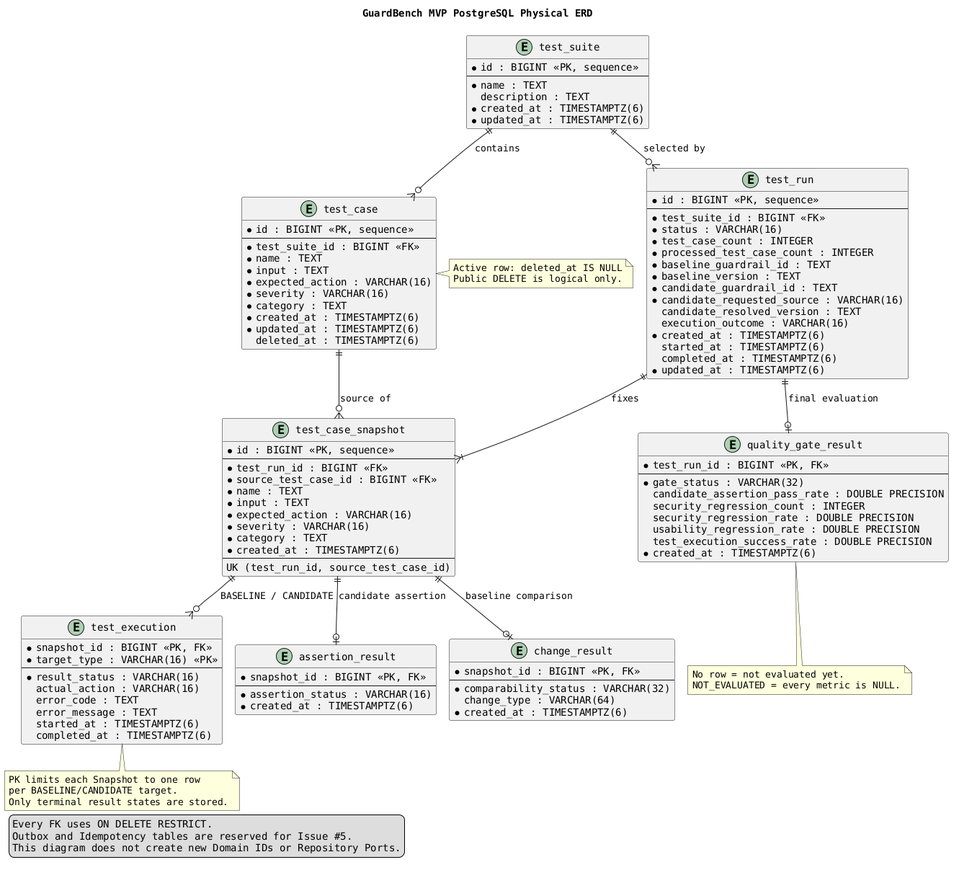
GuardBench/guardbench-backend keeps this PlantUML diagram as docs/diagrams/guardbench-mvp-physical-erd.png. Above is the earlier version.
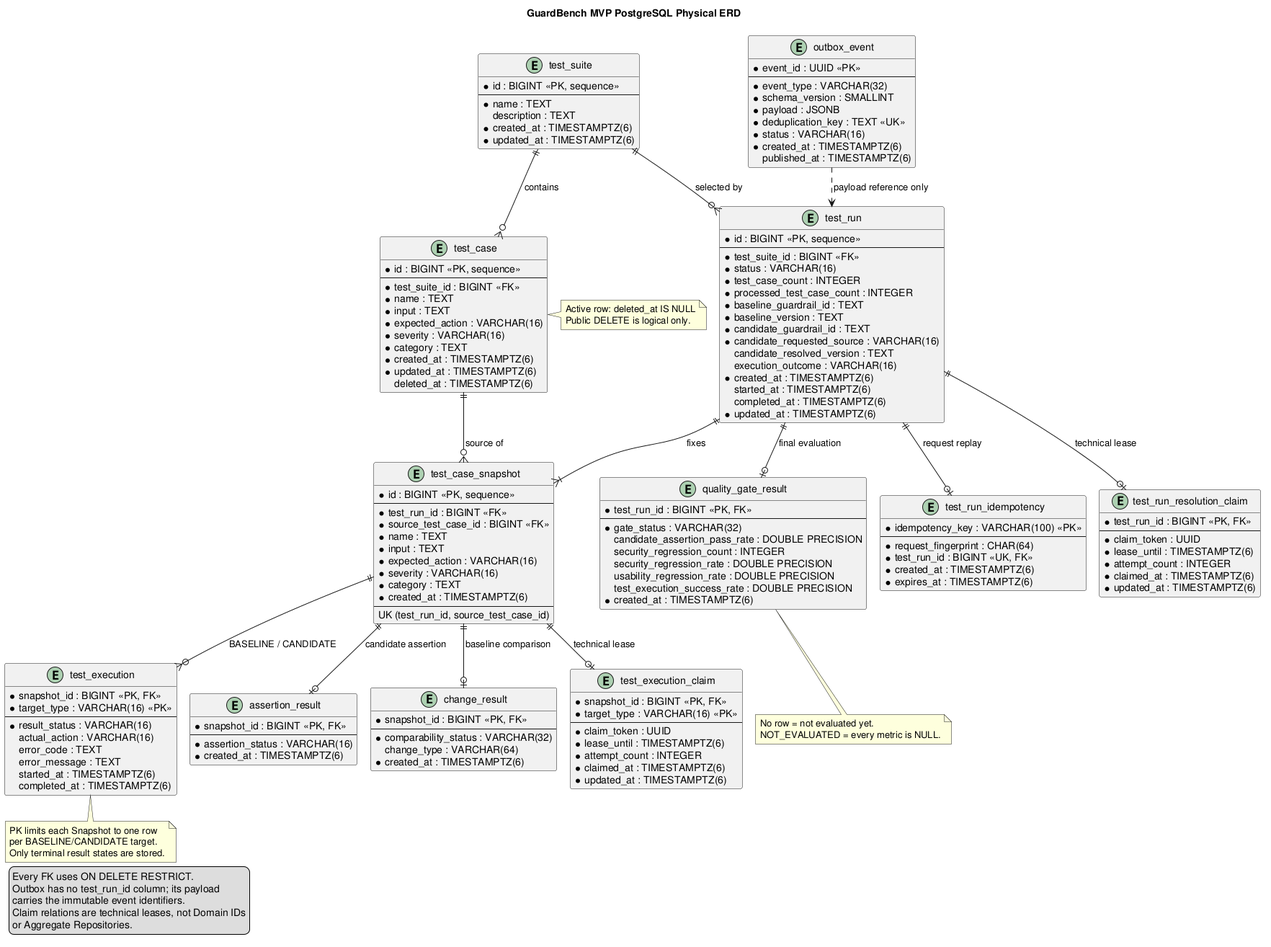
The same diagram one commit later.

Commit message:
docs(diagram): TestRun 물리 ERD PNG 재생성

Graphviz 2.40.1과 PlantUML 1.2026.6으로 ADR 0008 기술 테이블이 반영된 ERD 이미지를 생성한다.

What changed in the source:
```diff
@@ -108,14 +108,60 @@
   * created_at : TIMESTAMPTZ(6)
 }
 
+entity "test_run_idempotency" as idempotency {
+  * idempotency_key : VARCHAR(100) <<PK>>
+  --
+  * request_fingerprint : CHAR(64)
+  * test_run_id : BIGINT <<UK, FK>>
+  * created_at : TIMESTAMPTZ(6)
+  * expires_at : TIMESTAMPTZ(6)
+}
+
+entity "test_run_resolution_claim" as resolution_claim {
+  * test_run_id : BIGINT <<PK, FK>>
+  --
+  * claim_token : UUID
+  * lease_until : TIMESTAMPTZ(6)
+  * attempt_count : INTEGER
+  * claimed_at : TIMESTAMPTZ(6)
+  * updated_at : TIMESTAMPTZ(6)
+}
+
+entity "test_execution_claim" as execution_claim {
+  * snapshot_id : BIGINT <<PK, FK>>
+  * target_type : VARCHAR(16) <<PK>>
+  --
+  * claim_token : UUID
+  * lease_until : TIMESTAMPTZ(6)
+  * attempt_count : INTEGER
+  * claimed_at : TIMESTAMPTZ(6)
+  * updated_at : TIMESTAMPTZ(6)
+}
+
+entity "outbox_event" as outbox {
+  * event_id : UUID <<PK>>
+  --
+  * event_type : VARCHAR(32)
+  * schema_version : SMALLINT
+  * payload : JSONB
+  * deduplication_key : TEXT <<UK>>
+  * status : VARCHAR(16)
+  * created_at : TIMESTAMPTZ(6)
+    published_at : TIMESTAMPTZ(6)
+}
+
 test_suite ||--o{ test_case : contains
 test_suite ||--o{ test_run : selected by
 test_run ||--|{ snapshot : fixes
 test_case ||--o{ snapshot : source of
 snapshot ||--o{ execution : BASELINE / CANDIDATE
+snapshot ||--o| execution_claim : technical lease
+test_run ||--o| idempotency : request replay
+test_run ||--o| resolution_claim : technical lease
 snapshot ||--o| assertion : candidate assertion
 snapshot ||--o| change_result : baseline comparison
 test_run ||--o| quality_gate : final evaluation
+outbox ..> test_run : payload reference only
 
 note right of test_case
   Active row: deleted_at IS NULL
@@ -135,8 +181,10 @@
 
 legend left
   Every FK uses ON DELETE RESTRICT.
-  Outbox and Idempotency tables are reserved for Issue #5.
-  This diagram does not create new Domain IDs or Repository Ports.
+  Outbox has no test_run_id column; its payload
+  carries the immutable event identifiers.
+  Claim relations are technical leases, not Domain IDs
+  or Aggregate Repositories.
 endlegend
 
 @enduml
```
